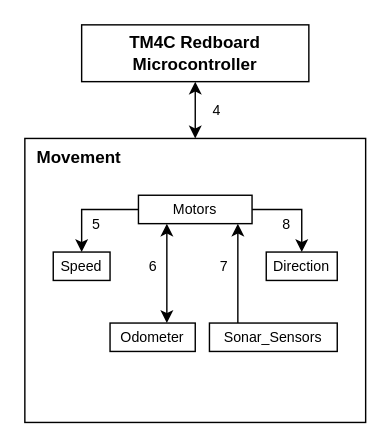
The draw.io diagram documentation/ArchitecturalDesignSpecification/drawio/movement/movement.drawio in tragicfall/Senior-Design, before the edit. Source tidied: cells renumbered, new cells numbered last; positions are measured from the earlier drawing's top-left corner, leaving out a move shared by most shapes. Both pictures are drawn from the tidied source at 142%, with x=0, y=0 at pixel (24, 24).
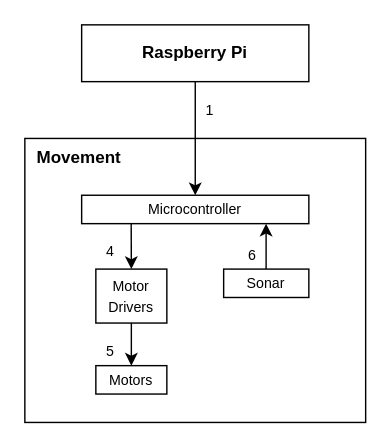
The same diagram, later.

Commit message (it also covers changes not shown here):
Fixed movement layer

Unchanged cells that the change refers to:
```xml
<mxCell id="2" value="&lt;b&gt;&amp;nbsp; Movement&lt;/b&gt;" style="rounded=0;whiteSpace=wrap;html=1;align=left;verticalAlign=top;" parent="1" vertex="1">
  <mxGeometry y="80" width="240" height="200" as="geometry" />
</mxCell>
```

What changed in the source:
```diff
@@
+    <mxCell id="17" value="&lt;b&gt;Raspberry Pi&lt;/b&gt;" style="rounded=0;whiteSpace=wrap;html=1;fontStyle=1;" parent="1" vertex="1">
+      <mxGeometry x="40" width="160" height="40" as="geometry" />
+    </mxCell>
@@
-    <mxCell id="3" style="edgeStyle=orthogonalEdgeStyle;rounded=0;jettySize=auto;html=1;exitX=1;exitY=0.5;exitDx=0;exitDy=0;entryX=0.5;entryY=0;entryDx=0;entryDy=0;" parent="1" edge="1" source="5" target="7">
-      <mxGeometry relative="1" as="geometry" />
-    </mxCell>
-    <mxCell id="4" style="edgeStyle=orthogonalEdgeStyle;rounded=0;jettySize=auto;html=1;exitX=0;exitY=0.5;exitDx=0;exitDy=0;entryX=0.5;entryY=0;entryDx=0;entryDy=0;" parent="1" edge="1" source="5" target="6">
-      <mxGeometry relative="1" as="geometry" />
-    </mxCell>
+    <mxCell id="19" value="&lt;font style=&quot;font-size: 10px;&quot;&gt;Microcontroller&lt;/font&gt;" style="rounded=0;whiteSpace=wrap;html=1;" parent="1" vertex="1">
+      <mxGeometry x="40" y="120" width="160" height="20" as="geometry" />
+    </mxCell>
+    <mxCell id="20" value="&lt;font style=&quot;font-size: 10px;&quot;&gt;Sonar&lt;/font&gt;" style="rounded=0;whiteSpace=wrap;html=1;" parent="1" vertex="1">
+      <mxGeometry x="140" y="172" width="60" height="20" as="geometry" />
+    </mxCell>
+    <mxCell id="21" value="&lt;font style=&quot;font-size: 10px;&quot;&gt;Motor Drivers&lt;/font&gt;" style="rounded=0;whiteSpace=wrap;html=1;" parent="1" vertex="1">
+      <mxGeometry x="50" y="172" width="50" height="38" as="geometry" />
+    </mxCell>
     <mxCell id="5" value="&lt;font style=&quot;font-size: 10px;&quot;&gt;Motors&lt;/font&gt;" style="rounded=0;whiteSpace=wrap;html=1;" parent="1" vertex="1">
-      <mxGeometry x="80" y="120" width="80" height="20" as="geometry" />
+      <mxGeometry x="50" y="240" width="50" height="20" as="geometry" />
     </mxCell>
-    <mxCell id="6" value="&lt;font style=&quot;font-size: 10px;&quot;&gt;Speed&lt;/font&gt;" style="rounded=0;whiteSpace=wrap;html=1;" parent="1" vertex="1">
-      <mxGeometry x="20" y="160" width="40" height="20" as="geometry" />
-    </mxCell>
-    <mxCell id="7" value="&lt;font style=&quot;font-size: 10px;&quot;&gt;Direction&lt;/font&gt;" style="rounded=0;whiteSpace=wrap;html=1;" parent="1" vertex="1">
-      <mxGeometry x="170" y="160" width="50" height="20" as="geometry" />
-    </mxCell>
-    <mxCell id="8" value="&lt;font style=&quot;font-size: 10px;&quot;&gt;Odometer&lt;/font&gt;" style="rounded=0;whiteSpace=wrap;html=1;" parent="1" vertex="1">
-      <mxGeometry x="60" y="210" width="60" height="20" as="geometry" />
-    </mxCell>
-    <mxCell id="9" value="&lt;span style=&quot;font-size: 10px;&quot;&gt;Sonar_Sensors&lt;/span&gt;" style="rounded=0;whiteSpace=wrap;html=1;" parent="1" vertex="1">
-      <mxGeometry x="130" y="210" width="90" height="20" as="geometry" />
-    </mxCell>
-    <mxCell id="10" style="endArrow=classic;html=1;rounded=0;entryX=0.051;entryY=1.003;entryDx=0;entryDy=0;entryPerimeter=0;exitX=0.781;exitY=-0.016;exitDx=0;exitDy=0;exitPerimeter=0;targetPerimeterSpacing=-2;startArrow=none;startFill=0;endFill=1;" parent="1" edge="1">
-      <mxGeometry relative="1" as="geometry">
-        <mxPoint x="150" y="210" as="sourcePoint" />
-        <mxPoint x="150" y="140" as="targetPoint" />
-      </mxGeometry>
-    </mxCell>
-    <mxCell id="11" style="endArrow=classic;html=1;rounded=0;entryX=0.051;entryY=1.003;entryDx=0;entryDy=0;entryPerimeter=0;exitX=0.781;exitY=-0.016;exitDx=0;exitDy=0;exitPerimeter=0;targetPerimeterSpacing=-2;startArrow=classic;startFill=1;endFill=1;" parent="1" edge="1">
-      <mxGeometry relative="1" as="geometry">
-        <mxPoint x="100" y="210" as="sourcePoint" />
-        <mxPoint x="100" y="140" as="targetPoint" />
-      </mxGeometry>
-    </mxCell>
+    <mxCell id="22" style="edgeStyle=orthogonalEdgeStyle;rounded=0;jettySize=auto;html=1;exitX=0.218;exitY=0.995;exitDx=0;exitDy=0;entryX=0.5;entryY=0;entryDx=0;entryDy=0;exitPerimeter=0;" parent="1" edge="1" source="19" target="21">
+      <mxGeometry relative="1" as="geometry" />
+    </mxCell>
+    <mxCell id="23" style="edgeStyle=orthogonalEdgeStyle;rounded=0;orthogonalLoop=1;jettySize=auto;html=1;exitX=0.218;exitY=0.995;exitDx=0;exitDy=0;entryX=0.5;entryY=0;entryDx=0;entryDy=0;exitPerimeter=0;startArrow=classic;startFill=1;endArrow=none;endFill=0;" parent="1" edge="1">
+      <mxGeometry relative="1" as="geometry">
+        <mxPoint x="169.9" y="140" as="sourcePoint" />
+        <mxPoint x="169.9" y="172" as="targetPoint" />
+      </mxGeometry>
+    </mxCell>
+    <mxCell id="24" style="edgeStyle=orthogonalEdgeStyle;rounded=0;jettySize=auto;html=1;exitX=0.5;exitY=1;exitDx=0;exitDy=0;entryX=0.5;entryY=0;entryDx=0;entryDy=0;" parent="1" edge="1" source="21" target="5">
+      <mxGeometry relative="1" as="geometry" />
+    </mxCell>
+    <mxCell id="18" value="&lt;font style=&quot;font-size: 10px;&quot;&gt;4&lt;/font&gt;" style="text;html=1;align=center;verticalAlign=middle;strokeColor=none;fillColor=none;spacing=-3;" parent="1" vertex="1">
+      <mxGeometry x="50" y="149" width="20" height="20" as="geometry" />
+    </mxCell>
     <mxCell id="12" value="&lt;font style=&quot;font-size: 10px;&quot;&gt;5&lt;/font&gt;" style="text;html=1;align=center;verticalAlign=middle;strokeColor=none;fillColor=none;spacing=-3;" parent="1" vertex="1">
-      <mxGeometry x="40" y="130" width="20" height="20" as="geometry" />
+      <mxGeometry x="50" y="220" width="20" height="20" as="geometry" />
     </mxCell>
-    <mxCell id="13" value="&lt;font style=&quot;font-size: 10px;&quot;&gt;8&lt;/font&gt;" style="text;html=1;align=center;verticalAlign=middle;strokeColor=none;fillColor=none;spacing=-3;" parent="1" vertex="1">
-      <mxGeometry x="174" y="130" width="20" height="20" as="geometry" />
-    </mxCell>
-    <mxCell id="14" value="&lt;font style=&quot;font-size: 10px;&quot;&gt;7&lt;/font&gt;" style="text;html=1;align=center;verticalAlign=middle;strokeColor=none;fillColor=none;spacing=-3;" parent="1" vertex="1">
-      <mxGeometry x="130" y="160" width="20" height="20" as="geometry" />
-    </mxCell>
-    <mxCell id="15" value="&lt;font style=&quot;font-size: 10px;&quot;&gt;6&lt;/font&gt;" style="text;html=1;align=center;verticalAlign=middle;strokeColor=none;fillColor=none;spacing=-3;" parent="1" vertex="1">
-      <mxGeometry x="80" y="160" width="20" height="20" as="geometry" />
+    <mxCell id="15" value="&lt;span style=&quot;font-size: 10px;&quot;&gt;6&lt;/span&gt;" style="text;html=1;align=center;verticalAlign=middle;strokeColor=none;fillColor=none;spacing=-3;" parent="1" vertex="1">
+      <mxGeometry x="150" y="152" width="20" height="20" as="geometry" />
     </mxCell>
-    <mxCell id="16" style="edgeStyle=orthogonalEdgeStyle;rounded=0;jettySize=auto;html=1;exitX=0.5;exitY=1;exitDx=0;exitDy=0;entryX=0.5;entryY=0;entryDx=0;entryDy=0;startArrow=classic;startFill=1;" parent="1" edge="1" source="17" target="2">
-      <mxGeometry relative="1" as="geometry" />
-    </mxCell>
-    <mxCell id="17" value="&lt;b&gt;TM4C Redboard Microcontroller&lt;/b&gt;" style="rounded=0;whiteSpace=wrap;html=1;fontStyle=1;" parent="1" vertex="1">
-      <mxGeometry x="40" width="160" height="40" as="geometry" />
-    </mxCell>
-    <mxCell id="18" value="&lt;font style=&quot;font-size: 10px;&quot;&gt;4&lt;/font&gt;" style="text;html=1;align=center;verticalAlign=middle;strokeColor=none;fillColor=none;spacing=-3;" parent="1" vertex="1">
-      <mxGeometry x="125" y="50" width="20" height="20" as="geometry" />
-    </mxCell>
+    <mxCell id="25" style="edgeStyle=orthogonalEdgeStyle;rounded=0;jettySize=auto;html=1;entryX=0.5;entryY=0;entryDx=0;entryDy=0;exitX=0.5;exitY=1;exitDx=0;exitDy=0;" parent="1" edge="1" source="17" target="19">
+      <mxGeometry relative="1" as="geometry" />
+    </mxCell>
+    <mxCell id="26" value="&lt;span style=&quot;font-size: 10px;&quot;&gt;1&lt;/span&gt;" style="text;html=1;align=center;verticalAlign=middle;strokeColor=none;fillColor=none;spacing=-3;" parent="1" vertex="1">
+      <mxGeometry x="120" y="50" width="20" height="20" as="geometry" />
+    </mxCell>
```
